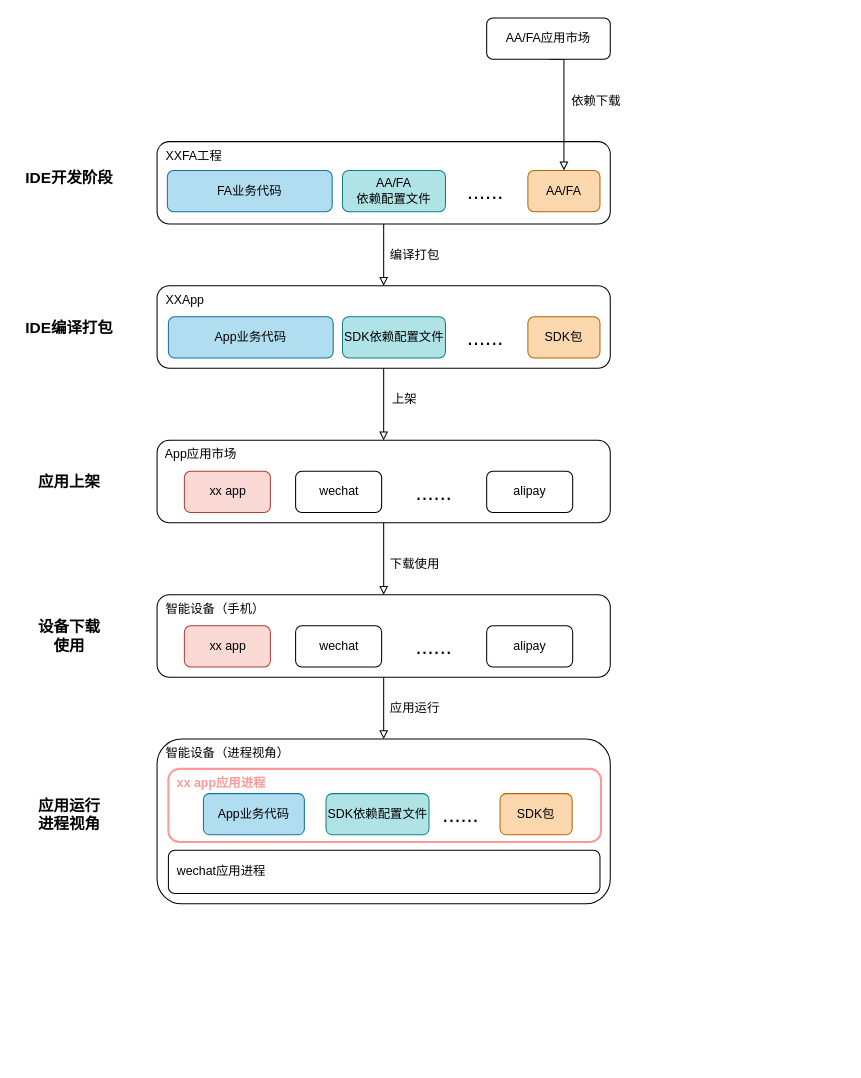
Earlier version of the draw.io diagram draw/Virtual Integration - FA.drawio (befairyliu/draw.io). Source tidied: cells renumbered, new cells numbered last; positions are measured from the earlier drawing's top-left corner, leaving out a move shared by most shapes. Both pictures are drawn from the tidied source at 103%, with x=0, y=0 at pixel (23, 18).
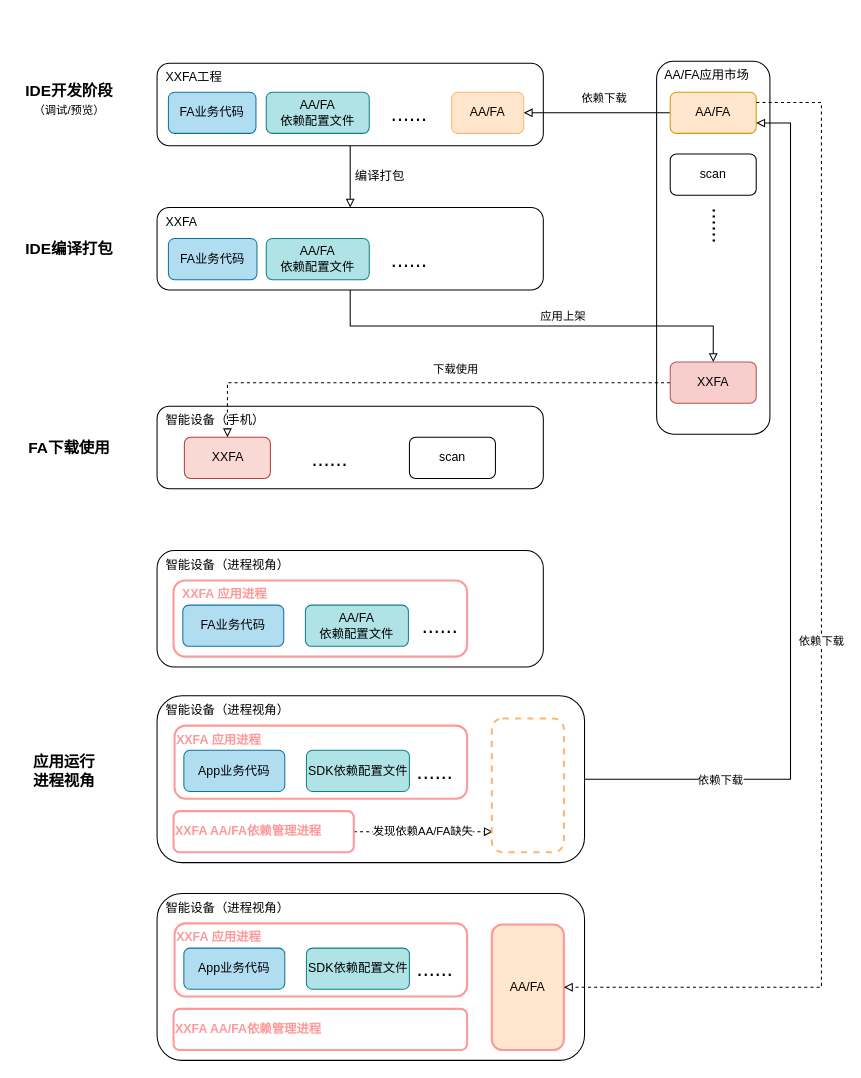
Above is the later version.

Diff of the diagram source:
```diff
@@
+    <mxCell id="41" value="&amp;nbsp; 智能设备（进程视角）" style="rounded=1;whiteSpace=wrap;html=1;fontSize=12;glass=0;strokeWidth=1;shadow=0;align=left;verticalAlign=top;" parent="1" vertex="1">
+      <mxGeometry x="130" y="658" width="415" height="162" as="geometry" />
+    </mxCell>
+    <mxCell id="42" value="&lt;b&gt;&lt;font color=&quot;#ff9999&quot;&gt;XXFA 应用进程&lt;/font&gt;&lt;/b&gt;" style="rounded=1;whiteSpace=wrap;html=1;fillColor=none;gradientColor=none;fontSize=12;align=left;verticalAlign=top;strokeColor=#FF9999;strokeWidth=2;" parent="1" vertex="1">
+      <mxGeometry x="147" y="687" width="284" height="71" as="geometry" />
+    </mxCell>
+    <mxCell id="33" value="&amp;nbsp; 智能设备（进程视角）" style="rounded=1;whiteSpace=wrap;html=1;fontSize=12;glass=0;strokeWidth=1;shadow=0;align=left;verticalAlign=top;" parent="1" vertex="1">
+      <mxGeometry x="130" y="517" width="375" height="113" as="geometry" />
+    </mxCell>
+    <mxCell id="38" value="&lt;b&gt;&lt;font color=&quot;#ff9999&quot;&gt;&amp;nbsp; XXFA 应用进程&lt;/font&gt;&lt;/b&gt;" style="rounded=1;whiteSpace=wrap;html=1;fillColor=none;gradientColor=none;fontSize=12;align=left;verticalAlign=top;strokeColor=#FF9999;strokeWidth=2;" parent="1" vertex="1">
+      <mxGeometry x="146" y="546" width="285" height="74" as="geometry" />
+    </mxCell>
-    <mxCell id="2" value="编译打包" style="edgeStyle=orthogonalEdgeStyle;rounded=0;jettySize=auto;html=1;exitX=0.5;exitY=1;exitDx=0;exitDy=0;entryX=0.5;entryY=0;entryDx=0;entryDy=0;endArrow=block;endFill=0;fontSize=12;" parent="1" edge="1" source="3" target="5">
-      <mxGeometry y="30" relative="1" as="geometry">
+    <mxCell id="2" value="编译打包" style="edgeStyle=orthogonalEdgeStyle;rounded=0;jettySize=auto;html=1;exitX=0.5;exitY=1;exitDx=0;exitDy=0;entryX=0.5;entryY=0;entryDx=0;entryDy=0;endArrow=block;endFill=0;fontSize=12;exitPerimeter=0;" parent="1" edge="1" source="3" target="5">
+      <mxGeometry y="28" relative="1" as="geometry">
         <Array as="points">
-          <mxPoint x="350" y="230" />
-          <mxPoint x="350" y="230" />
+          <mxPoint x="318" y="154" />
+          <mxPoint x="318" y="154" />
         </Array>
       </mxGeometry>
     </mxCell>
     <mxCell id="3" value="&amp;nbsp; XXFA工程" style="rounded=1;whiteSpace=wrap;html=1;fontSize=12;glass=0;strokeWidth=1;shadow=0;align=left;verticalAlign=top;" parent="1" vertex="1">
-      <mxGeometry x="130" y="120" width="440" height="80" as="geometry" />
+      <mxGeometry x="130" y="44" width="375" height="80" as="geometry" />
     </mxCell>
-    <mxCell id="4" value="上架" style="edgeStyle=orthogonalEdgeStyle;rounded=0;jettySize=auto;html=1;exitX=0.5;exitY=1;exitDx=0;exitDy=0;entryX=0.5;entryY=0;entryDx=0;entryDy=0;endArrow=block;endFill=0;fontSize=12;strokeWidth=1;" parent="1" edge="1" source="5" target="19">
-      <mxGeometry x="-0.14" y="20" relative="1" as="geometry">
-        <Array as="points">
-          <mxPoint x="350" y="370" />
-          <mxPoint x="350" y="370" />
-        </Array>
-      </mxGeometry>
-    </mxCell>
-    <mxCell id="5" value="&amp;nbsp; XXApp" style="rounded=1;whiteSpace=wrap;html=1;fontSize=12;glass=0;strokeWidth=1;shadow=0;align=left;verticalAlign=top;" parent="1" vertex="1">
-      <mxGeometry x="130" y="260" width="440" height="80" as="geometry" />
+    <mxCell id="5" value="&amp;nbsp; XXFA" style="rounded=1;whiteSpace=wrap;html=1;fontSize=12;glass=0;strokeWidth=1;shadow=0;align=left;verticalAlign=top;" parent="1" vertex="1">
+      <mxGeometry x="130" y="184" width="375" height="80" as="geometry" />
     </mxCell>
-    <mxCell id="6" style="edgeStyle=orthogonalEdgeStyle;rounded=0;jettySize=auto;html=1;exitX=0.5;exitY=1;exitDx=0;exitDy=0;endArrow=block;endFill=0;fontSize=15;" parent="1" edge="1" source="8" target="12">
-      <mxGeometry relative="1" as="geometry">
-        <Array as="points">
-          <mxPoint x="525" y="40" />
-        </Array>
-      </mxGeometry>
-    </mxCell>
-    <mxCell id="7" value="依赖下载" style="edgeLabel;html=1;align=center;verticalAlign=middle;fontSize=12;" parent="6" vertex="1">
-      <mxGeometry x="-0.11" y="2" relative="1" as="geometry">
-        <mxPoint x="28" as="offset" />
-      </mxGeometry>
-    </mxCell>
-    <mxCell id="8" value="AA/FA应用市场" style="rounded=1;whiteSpace=wrap;html=1;fontSize=12;glass=0;strokeWidth=1;shadow=0;" parent="1" vertex="1">
-      <mxGeometry x="450" width="120" height="40" as="geometry" />
-    </mxCell>
-    <mxCell id="9" value="&lt;font style=&quot;font-size: 15px&quot;&gt;&lt;b&gt;IDE开发阶段&lt;/b&gt;&lt;/font&gt;" style="text;html=1;strokeColor=none;fillColor=none;align=center;verticalAlign=middle;whiteSpace=wrap;rounded=0;fontSize=15;" parent="1" vertex="1">
-      <mxGeometry y="135" width="90" height="40" as="geometry" />
+    <mxCell id="9" value="&lt;font&gt;&lt;b&gt;IDE开发阶段&lt;/b&gt;&lt;br&gt;&lt;font style=&quot;font-size: 11px&quot;&gt;（调试/预览）&lt;/font&gt;&lt;br&gt;&lt;/font&gt;" style="text;html=1;strokeColor=none;fillColor=none;align=center;verticalAlign=middle;whiteSpace=wrap;rounded=0;fontSize=15;" parent="1" vertex="1">
+      <mxGeometry y="59" width="90" height="40" as="geometry" />
     </mxCell>
     <mxCell id="10" value="FA业务代码" style="rounded=1;whiteSpace=wrap;html=1;align=center;fillColor=#b1ddf0;strokeColor=#10739e;" parent="1" vertex="1">
-      <mxGeometry x="140" y="148" width="160" height="40" as="geometry" />
+      <mxGeometry x="141" y="72" width="85" height="40" as="geometry" />
     </mxCell>
     <mxCell id="11" value="AA/FA&lt;br&gt;依赖配置文件" style="rounded=1;whiteSpace=wrap;html=1;align=center;fillColor=#b0e3e6;strokeColor=#0e8088;" parent="1" vertex="1">
-      <mxGeometry x="310" y="148" width="100" height="40" as="geometry" />
+      <mxGeometry x="236" y="72" width="100" height="40" as="geometry" />
     </mxCell>
-    <mxCell id="12" value="AA/FA" style="rounded=1;whiteSpace=wrap;html=1;align=center;fillColor=#fad7ac;strokeColor=#b46504;" parent="1" vertex="1">
-      <mxGeometry x="490" y="148" width="70" height="40" as="geometry" />
+    <mxCell id="12" value="AA/FA" style="rounded=1;whiteSpace=wrap;html=1;align=center;fillColor=#ffe6cc;strokeColor=#FFB570;" parent="1" vertex="1">
+      <mxGeometry x="416" y="72" width="70" height="40" as="geometry" />
     </mxCell>
     <mxCell id="13" value="&lt;font style=&quot;font-size: 21px&quot;&gt;......&lt;/font&gt;" style="rounded=1;whiteSpace=wrap;html=1;align=center;fillColor=none;gradientColor=none;strokeColor=none;" parent="1" vertex="1">
-      <mxGeometry x="424" y="148" width="50" height="40" as="geometry" />
+      <mxGeometry x="350" y="72" width="50" height="40" as="geometry" />
     </mxCell>
-    <mxCell id="14" value="App业务代码" style="rounded=1;whiteSpace=wrap;html=1;align=center;fillColor=#b1ddf0;strokeColor=#10739e;" parent="1" vertex="1">
-      <mxGeometry x="141" y="290" width="160" height="40" as="geometry" />
+    <mxCell id="14" value="FA业务代码" style="rounded=1;whiteSpace=wrap;html=1;align=center;fillColor=#b1ddf0;strokeColor=#10739e;" parent="1" vertex="1">
+      <mxGeometry x="141" y="214" width="86" height="40" as="geometry" />
     </mxCell>
-    <mxCell id="15" value="SDK依赖配置文件" style="rounded=1;whiteSpace=wrap;html=1;align=left;fillColor=#b0e3e6;strokeColor=#0e8088;" parent="1" vertex="1">
-      <mxGeometry x="310" y="290" width="100" height="40" as="geometry" />
+    <mxCell id="15" value="AA/FA&lt;br&gt;依赖配置文件" style="rounded=1;whiteSpace=wrap;html=1;align=center;fillColor=#b0e3e6;strokeColor=#0e8088;" parent="1" vertex="1">
+      <mxGeometry x="236" y="214" width="100" height="40" as="geometry" />
     </mxCell>
     <mxCell id="16" value="&lt;font style=&quot;font-size: 21px&quot;&gt;......&lt;/font&gt;" style="rounded=1;whiteSpace=wrap;html=1;align=center;fillColor=none;gradientColor=none;strokeColor=none;" parent="1" vertex="1">
-      <mxGeometry x="424" y="290" width="50" height="40" as="geometry" />
+      <mxGeometry x="350" y="214" width="50" height="40" as="geometry" />
     </mxCell>
-    <mxCell id="17" value="SDK包" style="rounded=1;whiteSpace=wrap;html=1;align=center;fillColor=#fad7ac;strokeColor=#b46504;" parent="1" vertex="1">
-      <mxGeometry x="490" y="290" width="70" height="40" as="geometry" />
-    </mxCell>
-    <mxCell id="18" value="下载使用" style="edgeStyle=orthogonalEdgeStyle;rounded=0;jettySize=auto;html=1;exitX=0.5;exitY=1;exitDx=0;exitDy=0;entryX=0.5;entryY=0;entryDx=0;entryDy=0;endArrow=block;endFill=0;fontSize=12;strokeWidth=1;" parent="1" edge="1" source="19" target="27">
-      <mxGeometry x="0.14" y="30" relative="1" as="geometry" />
-    </mxCell>
-    <mxCell id="19" value="&amp;nbsp; App应用市场" style="rounded=1;whiteSpace=wrap;html=1;fontSize=12;glass=0;strokeWidth=1;shadow=0;align=left;verticalAlign=top;" parent="1" vertex="1">
-      <mxGeometry x="130" y="410" width="440" height="80" as="geometry" />
+    <mxCell id="19" value="&amp;nbsp; AA/FA应用市场" style="rounded=1;whiteSpace=wrap;html=1;fontSize=12;glass=0;strokeWidth=1;shadow=0;align=left;verticalAlign=top;" parent="1" vertex="1">
+      <mxGeometry x="615" y="42" width="110" height="362" as="geometry" />
     </mxCell>
+    <mxCell id="43" style="edgeStyle=orthogonalEdgeStyle;rounded=0;jettySize=auto;html=1;exitX=0;exitY=0.5;exitDx=0;exitDy=0;entryX=1;entryY=0.5;entryDx=0;entryDy=0;endArrow=block;endFill=0;" parent="1" edge="1" source="20" target="12">
+      <mxGeometry relative="1" as="geometry" />
+    </mxCell>
+    <mxCell id="44" value="依赖下载" style="edgeLabel;html=1;align=center;verticalAlign=middle;" parent="43" vertex="1">
+      <mxGeometry x="-0.27" relative="1" as="geometry">
+        <mxPoint x="-13.2" y="-15" as="offset" />
+      </mxGeometry>
+    </mxCell>
-    <mxCell id="20" value="xx app" style="rounded=1;whiteSpace=wrap;html=1;align=center;fillColor=#fad9d5;strokeColor=#ae4132;" parent="1" vertex="1">
-      <mxGeometry x="156.5" y="440" width="83.5" height="40" as="geometry" />
+    <mxCell id="20" value="AA/FA" style="rounded=1;whiteSpace=wrap;html=1;align=center;fillColor=#ffe6cc;strokeColor=#d79b00;" parent="1" vertex="1">
+      <mxGeometry x="628.2" y="72" width="83.5" height="40" as="geometry" />
     </mxCell>
-    <mxCell id="21" value="&lt;font style=&quot;font-size: 21px&quot;&gt;......&lt;/font&gt;" style="rounded=1;whiteSpace=wrap;html=1;align=center;fillColor=none;gradientColor=none;strokeColor=none;" parent="1" vertex="1">
-      <mxGeometry x="374" y="440" width="50" height="40" as="geometry" />
+    <mxCell id="21" value="&lt;font style=&quot;font-size: 21px&quot;&gt;......&lt;/font&gt;" style="rounded=1;whiteSpace=wrap;html=1;align=center;fillColor=none;gradientColor=none;strokeColor=none;horizontal=0;verticalAlign=top;" parent="1" vertex="1">
+      <mxGeometry x="645" y="182" width="40" height="40" as="geometry" />
     </mxCell>
-    <mxCell id="22" value="wechat" style="rounded=1;whiteSpace=wrap;html=1;align=center;" parent="1" vertex="1">
-      <mxGeometry x="264.5" y="440" width="83.5" height="40" as="geometry" />
+    <mxCell id="22" value="scan" style="rounded=1;whiteSpace=wrap;html=1;align=center;" parent="1" vertex="1">
+      <mxGeometry x="628.2" y="132" width="83.5" height="40" as="geometry" />
     </mxCell>
-    <mxCell id="23" value="alipay" style="rounded=1;whiteSpace=wrap;html=1;align=center;" parent="1" vertex="1">
-      <mxGeometry x="450" y="440" width="83.5" height="40" as="geometry" />
-    </mxCell>
     <mxCell id="24" value="&lt;font style=&quot;font-size: 15px&quot;&gt;&lt;b&gt;IDE编译打包&lt;/b&gt;&lt;/font&gt;" style="text;html=1;strokeColor=none;fillColor=none;align=center;verticalAlign=middle;whiteSpace=wrap;rounded=0;fontSize=15;" parent="1" vertex="1">
-      <mxGeometry y="280" width="90" height="40" as="geometry" />
+      <mxGeometry y="204" width="90" height="40" as="geometry" />
     </mxCell>
-    <mxCell id="25" value="&lt;b&gt;应用上架&lt;/b&gt;" style="text;html=1;strokeColor=none;fillColor=none;align=center;verticalAlign=middle;whiteSpace=wrap;rounded=0;fontSize=15;" parent="1" vertex="1">
-      <mxGeometry y="430" width="90" height="40" as="geometry" />
-    </mxCell>
-    <mxCell id="26" value="应用运行" style="edgeStyle=orthogonalEdgeStyle;rounded=0;jettySize=auto;html=1;exitX=0.5;exitY=1;exitDx=0;exitDy=0;entryX=0.5;entryY=0;entryDx=0;entryDy=0;endArrow=block;endFill=0;strokeWidth=1;fontSize=12;fontColor=#000000;" parent="1" edge="1" source="27" target="33">
-      <mxGeometry y="30" relative="1" as="geometry" />
-    </mxCell>
     <mxCell id="27" value="&amp;nbsp; 智能设备（手机）" style="rounded=1;whiteSpace=wrap;html=1;fontSize=12;glass=0;strokeWidth=1;shadow=0;align=left;verticalAlign=top;" parent="1" vertex="1">
-      <mxGeometry x="130" y="560" width="440" height="80" as="geometry" />
+      <mxGeometry x="130" y="377" width="375" height="80" as="geometry" />
     </mxCell>
-    <mxCell id="28" value="xx app" style="rounded=1;whiteSpace=wrap;html=1;align=center;fillColor=#fad9d5;strokeColor=#ae4132;" parent="1" vertex="1">
-      <mxGeometry x="156.5" y="590" width="83.5" height="40" as="geometry" />
+    <mxCell id="28" value="XXFA" style="rounded=1;whiteSpace=wrap;html=1;align=center;fillColor=#fad9d5;strokeColor=#ae4132;" parent="1" vertex="1">
+      <mxGeometry x="156.5" y="407" width="83.5" height="40" as="geometry" />
     </mxCell>
     <mxCell id="29" value="&lt;font style=&quot;font-size: 21px&quot;&gt;......&lt;/font&gt;" style="rounded=1;whiteSpace=wrap;html=1;align=center;fillColor=none;gradientColor=none;strokeColor=none;" parent="1" vertex="1">
-      <mxGeometry x="374" y="590" width="50" height="40" as="geometry" />
+      <mxGeometry x="273" y="407" width="50" height="40" as="geometry" />
     </mxCell>
-    <mxCell id="30" value="wechat" style="rounded=1;whiteSpace=wrap;html=1;align=center;" parent="1" vertex="1">
-      <mxGeometry x="264.5" y="590" width="83.5" height="40" as="geometry" />
+    <mxCell id="30" value="scan" style="rounded=1;whiteSpace=wrap;html=1;align=center;" parent="1" vertex="1">
+      <mxGeometry x="375" y="407" width="83.5" height="40" as="geometry" />
     </mxCell>
-    <mxCell id="31" value="alipay" style="rounded=1;whiteSpace=wrap;html=1;align=center;" parent="1" vertex="1">
-      <mxGeometry x="450" y="590" width="83.5" height="40" as="geometry" />
-    </mxCell>
-    <mxCell id="32" value="&lt;b&gt;设备下载&lt;br&gt;使用&lt;/b&gt;" style="text;html=1;strokeColor=none;fillColor=none;align=center;verticalAlign=middle;whiteSpace=wrap;rounded=0;fontSize=15;" parent="1" vertex="1">
-      <mxGeometry y="580" width="90" height="40" as="geometry" />
+    <mxCell id="32" value="&lt;b&gt;FA下载使用&lt;/b&gt;" style="text;html=1;strokeColor=none;fillColor=none;align=center;verticalAlign=middle;whiteSpace=wrap;rounded=0;fontSize=15;" parent="1" vertex="1">
+      <mxGeometry y="397" width="90" height="40" as="geometry" />
     </mxCell>
-    <mxCell id="33" value="&amp;nbsp; 智能设备（进程视角）" style="rounded=1;whiteSpace=wrap;html=1;fontSize=12;glass=0;strokeWidth=1;shadow=0;align=left;verticalAlign=top;" parent="1" vertex="1">
-      <mxGeometry x="130" y="700" width="440" height="160" as="geometry" />
-    </mxCell>
-    <mxCell id="34" value="App业务代码" style="rounded=1;whiteSpace=wrap;html=1;align=center;fillColor=#b1ddf0;strokeColor=#10739e;" parent="1" vertex="1">
-      <mxGeometry x="175" y="753" width="98" height="40" as="geometry" />
+    <mxCell id="34" value="FA业务代码" style="rounded=1;whiteSpace=wrap;html=1;align=center;fillColor=#b1ddf0;strokeColor=#10739e;" parent="1" vertex="1">
+      <mxGeometry x="155" y="570" width="98" height="40" as="geometry" />
     </mxCell>
-    <mxCell id="35" value="SDK依赖配置文件" style="rounded=1;whiteSpace=wrap;html=1;align=left;fillColor=#b0e3e6;strokeColor=#0e8088;" parent="1" vertex="1">
-      <mxGeometry x="294" y="753" width="100" height="40" as="geometry" />
+    <mxCell id="35" value="AA/FA&lt;br&gt;依赖配置文件" style="rounded=1;whiteSpace=wrap;html=1;align=center;fillColor=#b0e3e6;strokeColor=#0e8088;" parent="1" vertex="1">
+      <mxGeometry x="274" y="570" width="100" height="40" as="geometry" />
     </mxCell>
-    <mxCell id="36" value="SDK包" style="rounded=1;whiteSpace=wrap;html=1;align=center;fillColor=#fad7ac;strokeColor=#b46504;" parent="1" vertex="1">
-      <mxGeometry x="463" y="753" width="70" height="40" as="geometry" />
-    </mxCell>
     <mxCell id="37" value="&lt;font style=&quot;font-size: 21px&quot;&gt;......&lt;/font&gt;" style="rounded=1;whiteSpace=wrap;html=1;align=center;fillColor=none;gradientColor=none;strokeColor=none;" parent="1" vertex="1">
-      <mxGeometry x="400" y="753" width="50" height="40" as="geometry" />
+      <mxGeometry x="380" y="570" width="50" height="40" as="geometry" />
     </mxCell>
-    <mxCell id="38" value="&lt;b&gt;&lt;font color=&quot;#ff9999&quot;&gt;&amp;nbsp; xx app应用进程&lt;/font&gt;&lt;/b&gt;" style="rounded=1;whiteSpace=wrap;html=1;fillColor=none;gradientColor=none;fontSize=12;align=left;verticalAlign=top;strokeColor=#FF9999;strokeWidth=2;" parent="1" vertex="1">
-      <mxGeometry x="141" y="729" width="420" height="71" as="geometry" />
-    </mxCell>
-    <mxCell id="39" value="&amp;nbsp; wechat应用进程" style="rounded=1;whiteSpace=wrap;html=1;fillColor=none;gradientColor=none;fontSize=12;align=left;" parent="1" vertex="1">
-      <mxGeometry x="141" y="808" width="419" height="42" as="geometry" />
-    </mxCell>
     <mxCell id="40" value="&lt;b&gt;应用运行&lt;br&gt;进程视角&lt;/b&gt;" style="text;html=1;strokeColor=none;fillColor=none;align=center;verticalAlign=middle;whiteSpace=wrap;rounded=0;fontSize=15;" parent="1" vertex="1">
-      <mxGeometry y="753" width="90" height="40" as="geometry" />
+      <mxGeometry x="-5" y="711" width="90" height="40" as="geometry" />
     </mxCell>
+    <mxCell id="45" style="edgeStyle=orthogonalEdgeStyle;rounded=0;jettySize=auto;html=1;exitX=0;exitY=0.5;exitDx=0;exitDy=0;endArrow=block;endFill=0;dashed=1;" parent="1" edge="1" source="46" target="28">
+      <mxGeometry relative="1" as="geometry" />
+    </mxCell>
+    <mxCell id="18" value="下载使用" style="edgeLabel;html=1;align=center;verticalAlign=middle;" parent="45" vertex="1">
+      <mxGeometry x="-0.14" y="1" relative="1" as="geometry">
+        <mxPoint x="-1.2" y="-15" as="offset" />
+      </mxGeometry>
+    </mxCell>
+    <mxCell id="46" value="XXFA" style="rounded=1;whiteSpace=wrap;html=1;align=center;fillColor=#f8cecc;strokeColor=#b85450;" parent="1" vertex="1">
+      <mxGeometry x="628.2" y="334" width="83.5" height="40" as="geometry" />
+    </mxCell>
+    <mxCell id="47" style="edgeStyle=orthogonalEdgeStyle;rounded=0;jettySize=auto;html=1;exitX=0.5;exitY=1;exitDx=0;exitDy=0;entryX=0.5;entryY=0;entryDx=0;entryDy=0;endArrow=block;endFill=0;" parent="1" edge="1" source="5" target="46">
+      <mxGeometry relative="1" as="geometry" />
+    </mxCell>
+    <mxCell id="25" value="应用上架" style="edgeLabel;html=1;align=center;verticalAlign=middle;" parent="47" vertex="1">
+      <mxGeometry x="0.14" relative="1" as="geometry">
+        <mxPoint y="-10" as="offset" />
+      </mxGeometry>
+    </mxCell>
+    <mxCell id="48" value="App业务代码" style="rounded=1;whiteSpace=wrap;html=1;align=center;fillColor=#b1ddf0;strokeColor=#10739e;" parent="1" vertex="1">
+      <mxGeometry x="156" y="711" width="98" height="40" as="geometry" />
+    </mxCell>
+    <mxCell id="49" value="SDK依赖配置文件" style="rounded=1;whiteSpace=wrap;html=1;align=left;fillColor=#b0e3e6;strokeColor=#0e8088;" parent="1" vertex="1">
+      <mxGeometry x="275" y="711" width="100" height="40" as="geometry" />
+    </mxCell>
+    <mxCell id="50" value="&lt;font style=&quot;font-size: 21px&quot;&gt;......&lt;/font&gt;" style="rounded=1;whiteSpace=wrap;html=1;align=center;fillColor=none;gradientColor=none;strokeColor=none;" parent="1" vertex="1">
+      <mxGeometry x="375" y="711" width="50" height="40" as="geometry" />
+    </mxCell>
+    <mxCell id="51" value="发现依赖AA/FA缺失" style="edgeStyle=orthogonalEdgeStyle;rounded=0;jettySize=auto;html=1;exitX=1;exitY=0.5;exitDx=0;exitDy=0;dashed=1;endArrow=block;endFill=0;entryX=0.013;entryY=0.846;entryDx=0;entryDy=0;entryPerimeter=0;" parent="1" edge="1" source="52" target="53">
+      <mxGeometry relative="1" as="geometry" />
+    </mxCell>
+    <mxCell id="52" value="&lt;b&gt;&lt;font color=&quot;#ff9999&quot;&gt;XXFA AA/FA依赖管理进程&lt;/font&gt;&lt;/b&gt;" style="rounded=1;whiteSpace=wrap;html=1;fillColor=none;gradientColor=none;fontSize=12;align=left;verticalAlign=middle;strokeColor=#FF9999;strokeWidth=2;" parent="1" vertex="1">
+      <mxGeometry x="146" y="770" width="175" height="40" as="geometry" />
+    </mxCell>
+    <mxCell id="53" style="rounded=1;whiteSpace=wrap;html=1;fontSize=12;align=left;verticalAlign=middle;strokeWidth=2;dashed=1;strokeColor=#FFB570;" parent="1" vertex="1">
+      <mxGeometry x="455" y="680" width="70" height="130" as="geometry" />
+    </mxCell>
+    <mxCell id="54" value="&amp;nbsp; 智能设备（进程视角）" style="rounded=1;whiteSpace=wrap;html=1;fontSize=12;glass=0;strokeWidth=1;shadow=0;align=left;verticalAlign=top;" parent="1" vertex="1">
+      <mxGeometry x="130" y="850" width="415" height="162" as="geometry" />
+    </mxCell>
+    <mxCell id="55" value="&lt;b&gt;&lt;font color=&quot;#ff9999&quot;&gt;XXFA 应用进程&lt;/font&gt;&lt;/b&gt;" style="rounded=1;whiteSpace=wrap;html=1;fillColor=none;gradientColor=none;fontSize=12;align=left;verticalAlign=top;strokeColor=#FF9999;strokeWidth=2;" parent="1" vertex="1">
+      <mxGeometry x="147" y="879" width="284" height="71" as="geometry" />
+    </mxCell>
+    <mxCell id="56" value="App业务代码" style="rounded=1;whiteSpace=wrap;html=1;align=center;fillColor=#b1ddf0;strokeColor=#10739e;" parent="1" vertex="1">
+      <mxGeometry x="156" y="903" width="98" height="40" as="geometry" />
+    </mxCell>
+    <mxCell id="57" value="SDK依赖配置文件" style="rounded=1;whiteSpace=wrap;html=1;align=left;fillColor=#b0e3e6;strokeColor=#0e8088;" parent="1" vertex="1">
+      <mxGeometry x="275" y="903" width="100" height="40" as="geometry" />
+    </mxCell>
+    <mxCell id="58" value="&lt;font style=&quot;font-size: 21px&quot;&gt;......&lt;/font&gt;" style="rounded=1;whiteSpace=wrap;html=1;align=center;fillColor=none;gradientColor=none;strokeColor=none;" parent="1" vertex="1">
+      <mxGeometry x="375" y="903" width="50" height="40" as="geometry" />
+    </mxCell>
+    <mxCell id="59" value="&lt;b&gt;&lt;font color=&quot;#ff9999&quot;&gt;XXFA AA/FA依赖管理进程&lt;/font&gt;&lt;/b&gt;" style="rounded=1;whiteSpace=wrap;html=1;fillColor=none;gradientColor=none;fontSize=12;align=left;verticalAlign=middle;strokeColor=#FF9999;strokeWidth=2;" parent="1" vertex="1">
+      <mxGeometry x="146" y="962" width="285" height="40" as="geometry" />
+    </mxCell>
+    <mxCell id="60" value="AA/FA" style="rounded=1;whiteSpace=wrap;html=1;fillColor=#ffe6cc;fontSize=12;align=center;verticalAlign=middle;strokeColor=#FF9999;strokeWidth=2;" parent="1" vertex="1">
+      <mxGeometry x="455" y="880" width="70" height="122" as="geometry" />
+    </mxCell>
+    <mxCell id="61" style="edgeStyle=orthogonalEdgeStyle;rounded=0;jettySize=auto;html=1;exitX=1;exitY=0.5;exitDx=0;exitDy=0;entryX=1;entryY=0.75;entryDx=0;entryDy=0;endArrow=block;endFill=0;" parent="1" edge="1" source="41" target="20">
+      <mxGeometry relative="1" as="geometry">
+        <Array as="points">
+          <mxPoint x="745" y="739" />
+          <mxPoint x="745" y="102" />
+        </Array>
+      </mxGeometry>
+    </mxCell>
+    <mxCell id="62" value="依赖下载" style="edgeLabel;html=1;align=center;verticalAlign=middle;" parent="61" vertex="1">
+      <mxGeometry x="-0.7" relative="1" as="geometry" />
+    </mxCell>
+    <mxCell id="63" value="依赖下载" style="edgeStyle=orthogonalEdgeStyle;rounded=0;jettySize=auto;html=1;exitX=1;exitY=0.25;exitDx=0;exitDy=0;entryX=1;entryY=0.5;entryDx=0;entryDy=0;endArrow=block;endFill=0;dashed=1;" parent="1" edge="1" source="20" target="60">
+      <mxGeometry relative="1" as="geometry">
+        <Array as="points">
+          <mxPoint x="775" y="82" />
+          <mxPoint x="775" y="941" />
+        </Array>
+      </mxGeometry>
+    </mxCell>
```
